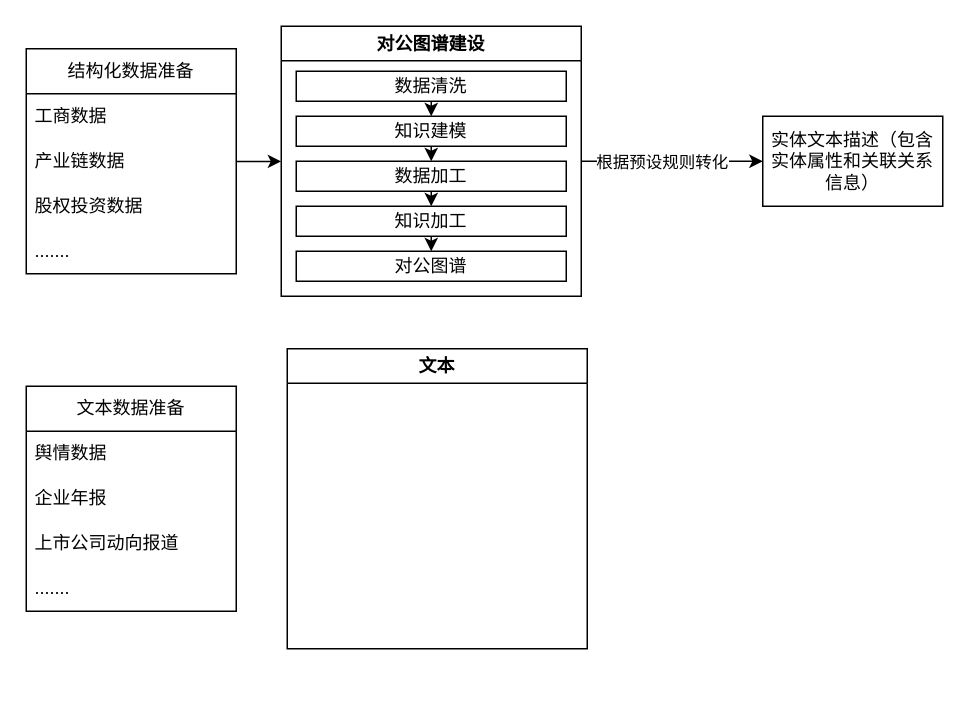
The draw.io diagram 专利.drawio in AmzVic/blog, before the edit. Source tidied: cells renumbered, new cells numbered last; positions are measured from the earlier drawing's top-left corner, leaving out a move shared by most shapes. Both pictures are drawn from the tidied source at 150%, with x=0, y=0 at pixel (26, 26).
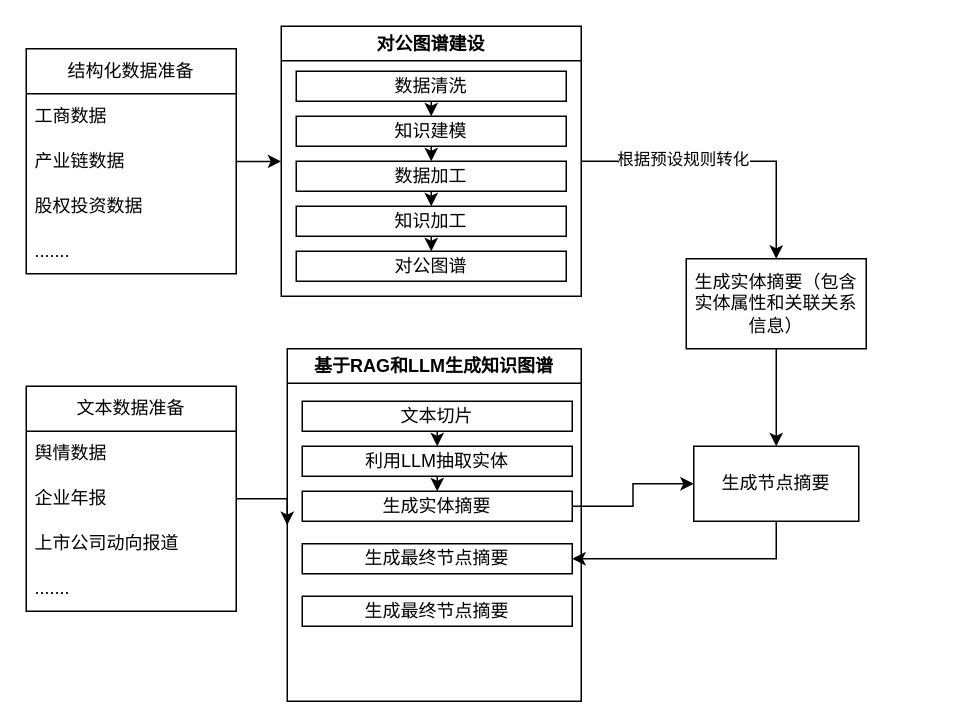
Above is the later version.

Unchanged cells that the change refers to:
```xml
<mxCell id="5" value="对公图谱建设" style="swimlane;whiteSpace=wrap;html=1;" parent="1" vertex="1">
  <mxGeometry x="170" width="200" height="180" as="geometry" />
</mxCell>
<mxCell id="23" value="企业年报" style="text;strokeColor=none;fillColor=none;align=left;verticalAlign=middle;spacingLeft=4;spacingRight=4;overflow=hidden;points=[[0,0.5],[1,0.5]];portConstraint=eastwest;whiteSpace=wrap;html=1;" parent="21" vertex="1">
  <mxGeometry y="60" width="140" height="30" as="geometry" />
</mxCell>
```

What changed in the source:
```diff
@@
-    <mxCell id="3" style="edgeStyle=orthogonalEdgeStyle;rounded=0;jettySize=auto;html=1;exitX=1;exitY=0.5;exitDx=0;exitDy=0;entryX=0;entryY=0.5;entryDx=0;entryDy=0;" parent="1" edge="1" source="5" target="20">
+    <mxCell id="3" style="edgeStyle=orthogonalEdgeStyle;rounded=0;jettySize=auto;html=1;exitX=1;exitY=0.5;exitDx=0;exitDy=0;entryX=0.5;entryY=0;entryDx=0;entryDy=0;" parent="1" edge="1" source="5" target="20">
       <mxGeometry relative="1" as="geometry" />
     </mxCell>
     <mxCell id="4" value="根据预设规则转化" style="edgeLabel;html=1;align=center;verticalAlign=middle;" parent="3" vertex="1">
-      <mxGeometry x="-0.13" relative="1" as="geometry" />
+      <mxGeometry x="-0.31" y="2" relative="1" as="geometry" />
     </mxCell>
@@
+    <mxCell id="27" style="edgeStyle=orthogonalEdgeStyle;rounded=0;jettySize=auto;html=1;exitX=0.5;exitY=1;exitDx=0;exitDy=0;entryX=0.5;entryY=0;entryDx=0;entryDy=0;" parent="1" edge="1" source="20" target="37">
+      <mxGeometry relative="1" as="geometry" />
+    </mxCell>
-    <mxCell id="20" value="实体文本描述（包含实体属性和关联关系信息）" style="rounded=0;whiteSpace=wrap;html=1;" parent="1" vertex="1">
-      <mxGeometry x="491" y="60" width="120" height="60" as="geometry" />
+    <mxCell id="20" value="生成实体摘要（包含实体属性和关联关系信息）" style="rounded=0;whiteSpace=wrap;html=1;" parent="1" vertex="1">
+      <mxGeometry x="440" y="155" width="120" height="60" as="geometry" />
     </mxCell>
@@
-    <mxCell id="26" value="文本" style="swimlane;whiteSpace=wrap;html=1;" parent="1" vertex="1">
-      <mxGeometry x="174" y="215" width="200" height="200" as="geometry" />
+    <mxCell id="26" value="基于RAG和LLM生成知识图谱" style="swimlane;whiteSpace=wrap;html=1;" parent="1" vertex="1">
+      <mxGeometry x="174" y="215" width="196" height="235" as="geometry" />
     </mxCell>
+    <mxCell id="28" style="edgeStyle=orthogonalEdgeStyle;rounded=0;jettySize=auto;html=1;exitX=0.5;exitY=1;exitDx=0;exitDy=0;entryX=0.5;entryY=0;entryDx=0;entryDy=0;" parent="26" edge="1" source="29" target="31">
+      <mxGeometry relative="1" as="geometry" />
+    </mxCell>
+    <mxCell id="29" value="文本切片" style="rounded=0;whiteSpace=wrap;html=1;" parent="26" vertex="1">
+      <mxGeometry x="10" y="35" width="180" height="20" as="geometry" />
+    </mxCell>
+    <mxCell id="30" style="edgeStyle=orthogonalEdgeStyle;rounded=0;jettySize=auto;html=1;exitX=0.5;exitY=1;exitDx=0;exitDy=0;entryX=0.5;entryY=0;entryDx=0;entryDy=0;" parent="26" edge="1" source="31" target="32">
+      <mxGeometry relative="1" as="geometry" />
+    </mxCell>
+    <mxCell id="31" value="利用LLM抽取实体" style="rounded=0;whiteSpace=wrap;html=1;" parent="26" vertex="1">
+      <mxGeometry x="10" y="65" width="180" height="20" as="geometry" />
+    </mxCell>
+    <mxCell id="32" value="生成实体摘要" style="rounded=0;whiteSpace=wrap;html=1;" parent="26" vertex="1">
+      <mxGeometry x="10" y="95" width="180" height="20" as="geometry" />
+    </mxCell>
+    <mxCell id="33" value="生成最终节点摘要" style="rounded=0;whiteSpace=wrap;html=1;" parent="26" vertex="1">
+      <mxGeometry x="10" y="130" width="180" height="20" as="geometry" />
+    </mxCell>
+    <mxCell id="34" value="生成最终节点摘要" style="rounded=0;whiteSpace=wrap;html=1;" parent="26" vertex="1">
+      <mxGeometry x="10" y="165" width="180" height="20" as="geometry" />
+    </mxCell>
+    <mxCell id="35" style="edgeStyle=orthogonalEdgeStyle;rounded=0;jettySize=auto;html=1;exitX=1;exitY=0.5;exitDx=0;exitDy=0;entryX=0;entryY=0.5;entryDx=0;entryDy=0;" parent="1" edge="1" source="23" target="26">
+      <mxGeometry relative="1" as="geometry" />
+    </mxCell>
+    <mxCell id="36" style="edgeStyle=orthogonalEdgeStyle;rounded=0;jettySize=auto;html=1;exitX=0.5;exitY=1;exitDx=0;exitDy=0;entryX=1;entryY=0.5;entryDx=0;entryDy=0;" parent="1" edge="1" source="37" target="33">
+      <mxGeometry relative="1" as="geometry" />
+    </mxCell>
+    <mxCell id="37" value="生成节点摘要" style="rounded=0;whiteSpace=wrap;html=1;" parent="1" vertex="1">
+      <mxGeometry x="445" y="280" width="110" height="50" as="geometry" />
+    </mxCell>
+    <mxCell id="38" style="edgeStyle=orthogonalEdgeStyle;rounded=0;jettySize=auto;html=1;exitX=1;exitY=0.5;exitDx=0;exitDy=0;entryX=0;entryY=0.5;entryDx=0;entryDy=0;" parent="1" edge="1" source="32" target="37">
+      <mxGeometry relative="1" as="geometry" />
+    </mxCell>
```
